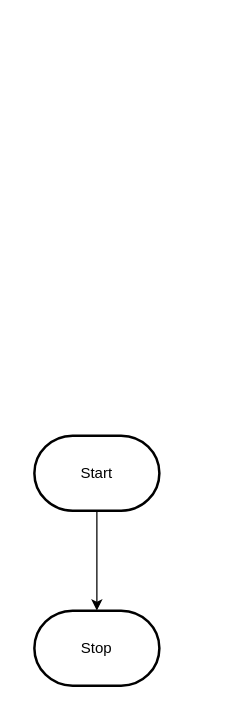
Earlier version of the draw.io diagram design/flowchart.drawio (MTHS-ICS2O-2-2022/ICS2O-Unit-3-03-austin-scavone). Source tidied: cells renumbered, new cells numbered last; positions are measured from the earlier drawing's top-left corner, leaving out a move shared by most shapes. Both pictures are drawn from the tidied source at 125%, with x=0, y=0 at pixel (34, 435).
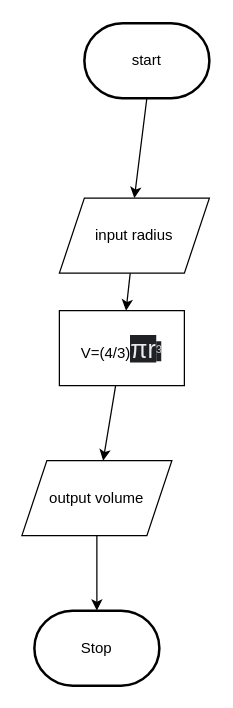
After the change.

Diff of the diagram source:
```diff
@@
 <mxGraphModel>
   <root>
     <mxCell id="0" />
     <mxCell id="1" parent="0" />
-    <mxCell id="2" style="edgeStyle=orthogonalEdgeStyle;html=1;rounded=0;" parent="1" edge="1" source="3" target="4">
-      <mxGeometry relative="1" as="geometry" />
+    <mxCell id="2" style="edgeStyle=none;html=1;entryX=0.5;entryY=0;entryDx=0;entryDy=0;" parent="1" edge="1" target="6">
+      <mxGeometry relative="1" as="geometry">
+        <mxPoint x="90" y="-270" as="sourcePoint" />
+      </mxGeometry>
     </mxCell>
-    <mxCell id="3" value="Start" style="strokeWidth=2;html=1;shape=mxgraph.flowchart.terminator;whiteSpace=wrap;" parent="1" vertex="1">
-      <mxGeometry width="100" height="60" as="geometry" />
-    </mxCell>
     <mxCell id="4" value="Stop" style="strokeWidth=2;html=1;shape=mxgraph.flowchart.terminator;whiteSpace=wrap;" parent="1" vertex="1">
       <mxGeometry y="140" width="100" height="60" as="geometry" />
     </mxCell>
+    <mxCell id="5" style="edgeStyle=none;html=1;" parent="1" edge="1" source="6" target="8">
+      <mxGeometry relative="1" as="geometry" />
+    </mxCell>
+    <mxCell id="6" value="input radius" style="shape=parallelogram;perimeter=parallelogramPerimeter;whiteSpace=wrap;html=1;fixedSize=1;" parent="1" vertex="1">
+      <mxGeometry x="20" y="-190" width="120" height="60" as="geometry" />
+    </mxCell>
+    <mxCell id="7" style="edgeStyle=none;html=1;" parent="1" edge="1" source="8" target="10">
+      <mxGeometry relative="1" as="geometry" />
+    </mxCell>
+    <mxCell id="8" value="V=(4/3)&lt;span style=&quot;color: rgb(232, 234, 237); font-family: &amp;quot;Google Sans&amp;quot;, arial, sans-serif; font-size: 20px; text-align: left; background-color: rgb(32, 33, 36);&quot;&gt;πr&lt;/span&gt;&lt;span style=&quot;color: rgb(189, 193, 198); font-family: arial, sans-serif; font-size: 14px; text-align: left; background-color: rgb(32, 33, 36);&quot;&gt;³&lt;/span&gt;" style="whiteSpace=wrap;html=1;" parent="1" vertex="1">
+      <mxGeometry x="20" y="-100" width="100" height="60" as="geometry" />
+    </mxCell>
+    <mxCell id="9" style="edgeStyle=none;html=1;" parent="1" edge="1" source="10" target="4">
+      <mxGeometry relative="1" as="geometry" />
+    </mxCell>
+    <mxCell id="10" value="output volume" style="shape=parallelogram;perimeter=parallelogramPerimeter;whiteSpace=wrap;html=1;fixedSize=1;" parent="1" vertex="1">
+      <mxGeometry x="-10" y="20" width="120" height="60" as="geometry" />
+    </mxCell>
+    <mxCell id="11" value="start" style="strokeWidth=2;html=1;shape=mxgraph.flowchart.terminator;whiteSpace=wrap;" parent="1" vertex="1">
+      <mxGeometry x="40" y="-330" width="100" height="60" as="geometry" />
+    </mxCell>
   </root>
 </mxGraphModel>
```
